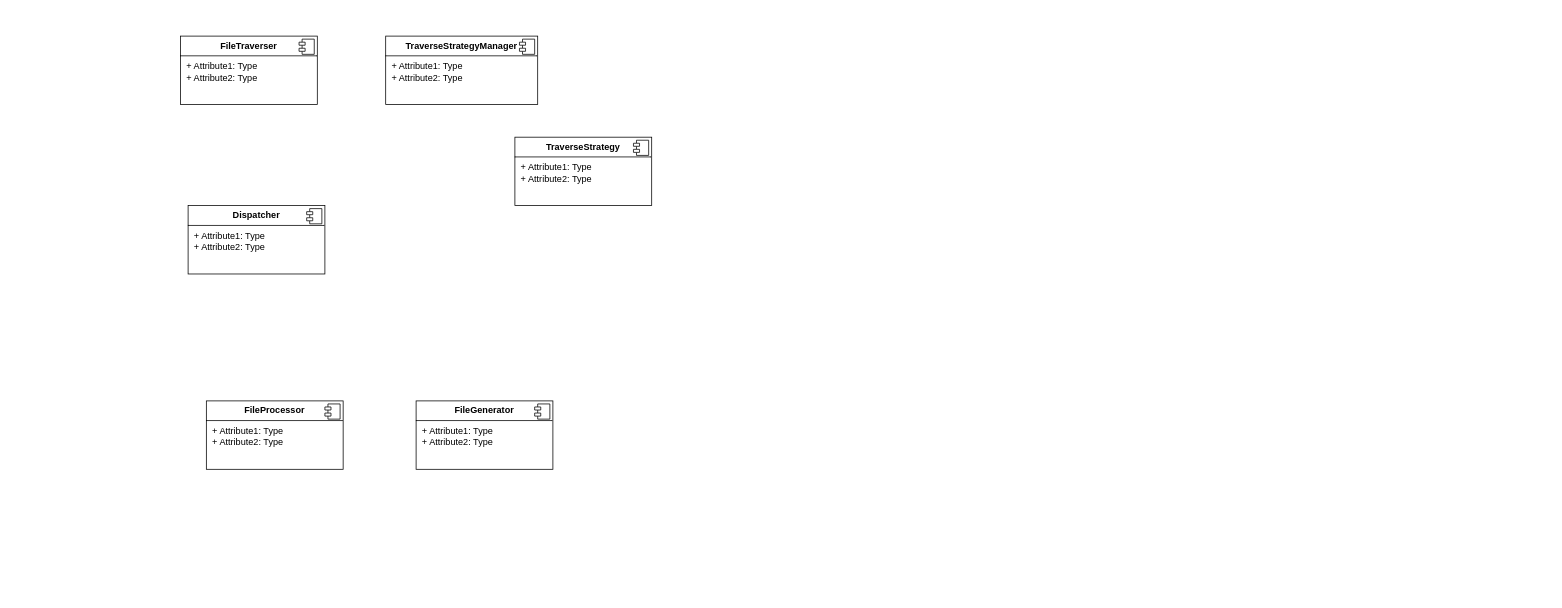
Above: 文件处理器组件架构图.drawio in NatureLeiQ/FileProcessor (draw.io), before the change. Source tidied: cells renumbered, new cells numbered last; positions are measured from the earlier drawing's top-left corner, leaving out a move shared by most shapes. Both pictures are drawn from the tidied source at 76%, with x=0, y=0 at pixel (180, 36).
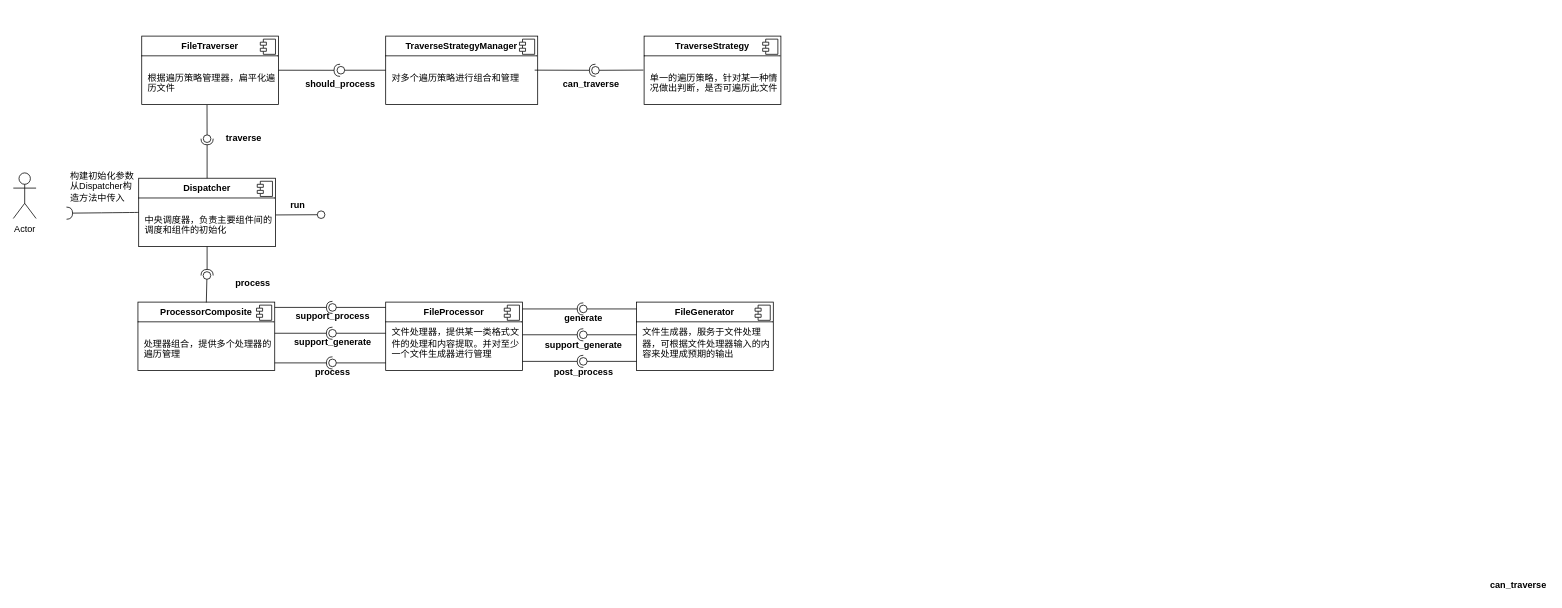
The same diagram, later.

Commit message (it also covers changes not shown here):
更新文件处理器组件架构图.drawio

The edit, as a diff of the source:
```diff
@@
-    <mxCell id="2" value="&lt;p style=&quot;margin:0px;margin-top:6px;text-align:center;&quot;&gt;&lt;b&gt;Dispatcher&lt;/b&gt;&lt;/p&gt;&lt;hr size=&quot;1&quot; style=&quot;border-style:solid;&quot;&gt;&lt;p style=&quot;margin:0px;margin-left:8px;&quot;&gt;+ Attribute1: Type&lt;br&gt;+ Attribute2: Type&lt;/p&gt;" style="align=left;overflow=fill;html=1;whiteSpace=wrap;" parent="1" vertex="1">
-      <mxGeometry x="10" y="223" width="180" height="90" as="geometry" />
+    <mxCell id="2" value="&lt;p style=&quot;margin:0px;margin-top:6px;text-align:center;&quot;&gt;&lt;b&gt;Dispatcher&lt;/b&gt;&lt;/p&gt;&lt;hr size=&quot;1&quot; style=&quot;border-style:solid;&quot;&gt;&lt;p style=&quot;margin:0px;margin-left:8px;&quot;&gt;&lt;br&gt;&lt;/p&gt;&lt;p style=&quot;margin:0px;margin-left:8px;&quot;&gt;中央调度器，负责主要组件间的调度和组件的初始化&lt;/p&gt;" style="align=left;overflow=fill;html=1;whiteSpace=wrap;" parent="1" vertex="1">
+      <mxGeometry x="-55" y="187" width="180" height="90" as="geometry" />
     </mxCell>
@@
-    <mxCell id="4" value="&lt;p style=&quot;margin:0px;margin-top:6px;text-align:center;&quot;&gt;&lt;b&gt;FileTraverser&lt;/b&gt;&lt;/p&gt;&lt;hr size=&quot;1&quot; style=&quot;border-style:solid;&quot;&gt;&lt;p style=&quot;margin:0px;margin-left:8px;&quot;&gt;+ Attribute1: Type&lt;br&gt;+ Attribute2: Type&lt;/p&gt;" style="align=left;overflow=fill;html=1;whiteSpace=wrap;" parent="1" vertex="1">
-      <mxGeometry width="180" height="90" as="geometry" />
+    <mxCell id="4" value="&lt;p style=&quot;margin:0px;margin-top:6px;text-align:center;&quot;&gt;&lt;b&gt;FileTraverser&lt;/b&gt;&lt;/p&gt;&lt;hr size=&quot;1&quot; style=&quot;border-style:solid;&quot;&gt;&lt;p style=&quot;margin: 0px 0px 0px 8px;&quot;&gt;&lt;br&gt;&lt;/p&gt;&lt;p style=&quot;margin: 0px 0px 0px 8px;&quot;&gt;根据遍历策略管理器，扁平化遍历文件&lt;/p&gt;" style="align=left;overflow=fill;html=1;whiteSpace=wrap;" parent="1" vertex="1">
+      <mxGeometry x="-51" width="180" height="90" as="geometry" />
     </mxCell>
@@
-    <mxCell id="6" value="&lt;p style=&quot;margin:0px;margin-top:6px;text-align:center;&quot;&gt;&lt;b&gt;TraverseStrategyManager&lt;/b&gt;&lt;br&gt;&lt;/p&gt;&lt;hr size=&quot;1&quot; style=&quot;border-style:solid;&quot;&gt;&lt;p style=&quot;margin:0px;margin-left:8px;&quot;&gt;+ Attribute1: Type&lt;br&gt;+ Attribute2: Type&lt;/p&gt;" style="align=left;overflow=fill;html=1;whiteSpace=wrap;" parent="1" vertex="1">
+    <mxCell id="6" value="&lt;p style=&quot;margin:0px;margin-top:6px;text-align:center;&quot;&gt;&lt;b&gt;TraverseStrategyManager&lt;/b&gt;&lt;br&gt;&lt;/p&gt;&lt;hr size=&quot;1&quot; style=&quot;border-style:solid;&quot;&gt;&lt;p style=&quot;margin:0px;margin-left:8px;&quot;&gt;&lt;br&gt;&lt;/p&gt;&lt;p style=&quot;margin:0px;margin-left:8px;&quot;&gt;对多个遍历策略进行组合和管理&lt;/p&gt;" style="align=left;overflow=fill;html=1;whiteSpace=wrap;" parent="1" vertex="1">
       <mxGeometry x="270" width="200" height="90" as="geometry" />
     </mxCell>
@@
-    <mxCell id="8" value="&lt;p style=&quot;margin:0px;margin-top:6px;text-align:center;&quot;&gt;&lt;b&gt;TraverseStrategy&lt;/b&gt;&lt;br&gt;&lt;/p&gt;&lt;hr size=&quot;1&quot; style=&quot;border-style:solid;&quot;&gt;&lt;p style=&quot;margin:0px;margin-left:8px;&quot;&gt;+ Attribute1: Type&lt;br&gt;+ Attribute2: Type&lt;/p&gt;" style="align=left;overflow=fill;html=1;whiteSpace=wrap;" parent="1" vertex="1">
-      <mxGeometry x="440" y="133" width="180" height="90" as="geometry" />
+    <mxCell id="8" value="&lt;p style=&quot;margin:0px;margin-top:6px;text-align:center;&quot;&gt;&lt;b&gt;TraverseStrategy&lt;/b&gt;&lt;br&gt;&lt;/p&gt;&lt;hr size=&quot;1&quot; style=&quot;border-style:solid;&quot;&gt;&lt;p style=&quot;margin:0px;margin-left:8px;&quot;&gt;&lt;br&gt;&lt;/p&gt;&lt;p style=&quot;margin:0px;margin-left:8px;&quot;&gt;单一的遍历策略，针对某一种情况做出判断，是否可遍历此文件&lt;/p&gt;" style="align=left;overflow=fill;html=1;whiteSpace=wrap;" parent="1" vertex="1">
+      <mxGeometry x="610" width="180" height="90" as="geometry" />
     </mxCell>
@@
-    <mxCell id="10" value="&lt;p style=&quot;margin:0px;margin-top:6px;text-align:center;&quot;&gt;&lt;b&gt;FileProcessor&lt;/b&gt;&lt;/p&gt;&lt;hr size=&quot;1&quot; style=&quot;border-style:solid;&quot;&gt;&lt;p style=&quot;margin:0px;margin-left:8px;&quot;&gt;+ Attribute1: Type&lt;br&gt;+ Attribute2: Type&lt;/p&gt;" style="align=left;overflow=fill;html=1;whiteSpace=wrap;" parent="1" vertex="1">
-      <mxGeometry x="34" y="480" width="180" height="90" as="geometry" />
+    <mxCell id="10" value="&lt;p style=&quot;margin:0px;margin-top:6px;text-align:center;&quot;&gt;&lt;b&gt;FileProcessor&lt;/b&gt;&lt;/p&gt;&lt;hr size=&quot;1&quot; style=&quot;border-style:solid;&quot;&gt;&lt;p style=&quot;margin:0px;margin-left:8px;&quot;&gt;&lt;span style=&quot;background-color: initial;&quot;&gt;文件处理器，提供某一类格式文件的处理和内容提取。并对至少一个文件生成器进行管理&lt;/span&gt;&lt;br&gt;&lt;/p&gt;" style="align=left;overflow=fill;html=1;whiteSpace=wrap;" parent="1" vertex="1">
+      <mxGeometry x="270" y="350" width="180" height="90" as="geometry" />
     </mxCell>
@@
-    <mxCell id="12" value="&lt;p style=&quot;margin:0px;margin-top:6px;text-align:center;&quot;&gt;&lt;b&gt;FileGenerator&lt;/b&gt;&lt;/p&gt;&lt;hr size=&quot;1&quot; style=&quot;border-style:solid;&quot;&gt;&lt;p style=&quot;margin:0px;margin-left:8px;&quot;&gt;+ Attribute1: Type&lt;br&gt;+ Attribute2: Type&lt;/p&gt;" style="align=left;overflow=fill;html=1;whiteSpace=wrap;" parent="1" vertex="1">
-      <mxGeometry x="310" y="480" width="180" height="90" as="geometry" />
+    <mxCell id="12" value="&lt;p style=&quot;margin:0px;margin-top:6px;text-align:center;&quot;&gt;&lt;b&gt;FileGenerator&lt;/b&gt;&lt;/p&gt;&lt;hr size=&quot;1&quot; style=&quot;border-style:solid;&quot;&gt;&lt;p style=&quot;margin:0px;margin-left:8px;&quot;&gt;文件生成器，服务于文件处理器，可根据文件处理器输入的内容来处理成预期的输出&lt;/p&gt;" style="align=left;overflow=fill;html=1;whiteSpace=wrap;" parent="1" vertex="1">
+      <mxGeometry x="600" y="350" width="180" height="90" as="geometry" />
     </mxCell>
@@
+    <mxCell id="14" style="rounded=0;orthogonalLoop=1;jettySize=auto;html=1;endArrow=halfCircle;endFill=0;endSize=6;strokeWidth=1;sketch=0;" parent="1" edge="1">
+      <mxGeometry relative="1" as="geometry">
+        <mxPoint x="466" y="44.8" as="sourcePoint" />
+        <mxPoint x="546" y="45" as="targetPoint" />
+        <Array as="points">
+          <mxPoint x="466" y="44.8" />
+        </Array>
+      </mxGeometry>
+    </mxCell>
+    <mxCell id="15" style="rounded=0;jettySize=auto;html=1;endArrow=oval;endFill=0;sketch=0;sourcePerimeterSpacing=0;targetPerimeterSpacing=0;endSize=10;exitX=-0.005;exitY=0.497;exitDx=0;exitDy=0;exitPerimeter=0;" parent="1" edge="1" source="8">
+      <mxGeometry relative="1" as="geometry">
+        <mxPoint x="546" y="45" as="targetPoint" />
+      </mxGeometry>
+    </mxCell>
+    <mxCell id="16" style="ellipse;whiteSpace=wrap;html=1;align=center;fillColor=none;strokeColor=none;perimeter=centerPerimeter;" parent="1" vertex="1">
+      <mxGeometry x="625" y="-30" width="10" height="10" as="geometry" />
+    </mxCell>
+    <mxCell id="17" value="can_traverse" style="text;align=center;fontStyle=1;verticalAlign=middle;spacingLeft=3;spacingRight=3;strokeColor=none;html=1;" parent="1" vertex="1">
+      <mxGeometry x="500" y="50" width="80" height="26" as="geometry" />
+    </mxCell>
+    <mxCell id="18" style="rounded=0;orthogonalLoop=1;jettySize=auto;html=1;endArrow=halfCircle;endFill=0;endSize=6;strokeWidth=1;sketch=0;exitX=0;exitY=0.5;exitDx=0;exitDy=0;" parent="1" edge="1">
+      <mxGeometry relative="1" as="geometry">
+        <mxPoint x="129" y="44.9" as="sourcePoint" />
+        <mxPoint x="210" y="45" as="targetPoint" />
+      </mxGeometry>
+    </mxCell>
+    <mxCell id="19" style="rounded=0;orthogonalLoop=1;jettySize=auto;html=1;endArrow=oval;endFill=0;sketch=0;sourcePerimeterSpacing=0;targetPerimeterSpacing=0;endSize=10;" parent="1" edge="1">
+      <mxGeometry relative="1" as="geometry">
+        <mxPoint x="270" y="44.9" as="sourcePoint" />
+        <mxPoint x="211" y="44.9" as="targetPoint" />
+      </mxGeometry>
+    </mxCell>
+    <mxCell id="20" style="ellipse;whiteSpace=wrap;html=1;align=center;fillColor=none;strokeColor=none;perimeter=centerPerimeter;" parent="1" vertex="1">
+      <mxGeometry x="184" y="40" width="10" height="10" as="geometry" />
+    </mxCell>
+    <mxCell id="21" value="can_traverse" style="text;align=center;fontStyle=1;verticalAlign=middle;spacingLeft=3;spacingRight=3;strokeColor=none;html=1;" parent="1" vertex="1">
+      <mxGeometry x="1720" y="710" width="80" height="26" as="geometry" />
+    </mxCell>
+    <mxCell id="22" value="should_process" style="text;align=center;fontStyle=1;verticalAlign=middle;spacingLeft=3;spacingRight=3;strokeColor=none;html=1;" parent="1" vertex="1">
+      <mxGeometry x="170" y="50" width="80" height="26" as="geometry" />
+    </mxCell>
+    <mxCell id="23" style="rounded=0;jettySize=auto;html=1;endArrow=halfCircle;endFill=0;endSize=6;strokeWidth=1;sketch=0;entryX=0.477;entryY=1;entryDx=0;entryDy=0;entryPerimeter=0;exitX=0.5;exitY=0;exitDx=0;exitDy=0;" parent="1" edge="1" source="2" target="25">
+      <mxGeometry relative="1" as="geometry" />
+    </mxCell>
+    <mxCell id="24" style="rounded=0;jettySize=auto;html=1;endArrow=oval;endFill=0;sketch=0;sourcePerimeterSpacing=0;targetPerimeterSpacing=0;endSize=10;exitX=0.477;exitY=1.018;exitDx=0;exitDy=0;exitPerimeter=0;entryX=0.516;entryY=0.806;entryDx=0;entryDy=0;entryPerimeter=0;" parent="1" edge="1" target="25">
+      <mxGeometry relative="1" as="geometry">
+        <mxPoint x="34.9" y="90.6" as="sourcePoint" />
+      </mxGeometry>
+    </mxCell>
+    <mxCell id="25" style="ellipse;whiteSpace=wrap;html=1;align=center;fillColor=none;strokeColor=none;perimeter=centerPerimeter;points=[];outlineConnect=1;" parent="1" vertex="1">
+      <mxGeometry x="30" y="130" width="10" height="10" as="geometry" />
+    </mxCell>
+    <mxCell id="26" value="traverse" style="text;align=center;fontStyle=1;verticalAlign=middle;spacingLeft=3;spacingRight=3;strokeColor=none;html=1;" parent="1" vertex="1">
+      <mxGeometry x="43" y="122" width="80" height="26" as="geometry" />
+    </mxCell>
+    <mxCell id="27" value="&lt;p style=&quot;margin:0px;margin-top:6px;text-align:center;&quot;&gt;&lt;b&gt;ProcessorComposite&lt;/b&gt;&lt;/p&gt;&lt;hr size=&quot;1&quot; style=&quot;border-style:solid;&quot;&gt;&lt;p style=&quot;margin:0px;margin-left:8px;&quot;&gt;&lt;br&gt;&lt;/p&gt;&lt;p style=&quot;margin:0px;margin-left:8px;&quot;&gt;处理器组合，提供多个处理器的遍历管理&lt;/p&gt;" style="align=left;overflow=fill;html=1;whiteSpace=wrap;" parent="1" vertex="1">
+      <mxGeometry x="-56" y="350" width="180" height="90" as="geometry" />
+    </mxCell>
+    <mxCell id="28" style="shape=component;jettyWidth=8;jettyHeight=4;" parent="27" vertex="1">
+      <mxGeometry x="1" width="20" height="20" relative="1" as="geometry">
+        <mxPoint x="-24" y="4" as="offset" />
+      </mxGeometry>
+    </mxCell>
+    <mxCell id="29" style="rounded=0;jettySize=auto;html=1;endArrow=halfCircle;endFill=0;endSize=6;strokeWidth=1;sketch=0;exitX=0.5;exitY=1;exitDx=0;exitDy=0;" parent="1" edge="1" source="2" target="31">
+      <mxGeometry relative="1" as="geometry" />
+    </mxCell>
+    <mxCell id="30" style="rounded=0;orthogonalLoop=1;jettySize=auto;html=1;endArrow=oval;endFill=0;sketch=0;sourcePerimeterSpacing=0;targetPerimeterSpacing=0;endSize=10;exitX=0.51;exitY=0.004;exitDx=0;exitDy=0;exitPerimeter=0;" parent="1" edge="1">
+      <mxGeometry relative="1" as="geometry">
+        <mxPoint x="34" y="350.4" as="sourcePoint" />
+        <mxPoint x="34.8" y="315" as="targetPoint" />
+      </mxGeometry>
+    </mxCell>
+    <mxCell id="31" style="ellipse;whiteSpace=wrap;html=1;align=center;fillColor=none;strokeColor=none;perimeter=centerPerimeter;points=[];outlineConnect=1;" parent="1" vertex="1">
+      <mxGeometry x="30" y="310" width="10" height="10" as="geometry" />
+    </mxCell>
+    <mxCell id="32" value="process" style="text;align=center;fontStyle=1;verticalAlign=middle;spacingLeft=3;spacingRight=3;strokeColor=none;html=1;" parent="1" vertex="1">
+      <mxGeometry x="160" y="429" width="80" height="26" as="geometry" />
+    </mxCell>
+    <mxCell id="33" value="Actor" style="shape=umlActor;verticalLabelPosition=bottom;verticalAlign=top;html=1;" parent="1" vertex="1">
+      <mxGeometry x="-220" y="180" width="30" height="60" as="geometry" />
+    </mxCell>
+    <mxCell id="34" style="rounded=0;orthogonalLoop=1;jettySize=auto;html=1;endArrow=halfCircle;endFill=0;endSize=6;strokeWidth=1;sketch=0;exitX=1;exitY=0.5;exitDx=0;exitDy=0;" parent="1" edge="1">
+      <mxGeometry relative="1" as="geometry">
+        <mxPoint x="450" y="359" as="sourcePoint" />
+        <mxPoint x="530" y="359" as="targetPoint" />
+      </mxGeometry>
+    </mxCell>
+    <mxCell id="35" style="rounded=0;orthogonalLoop=1;jettySize=auto;html=1;endArrow=oval;endFill=0;sketch=0;sourcePerimeterSpacing=0;targetPerimeterSpacing=0;endSize=10;exitX=0;exitY=0.5;exitDx=0;exitDy=0;" parent="1" edge="1">
+      <mxGeometry relative="1" as="geometry">
+        <mxPoint x="600" y="359" as="sourcePoint" />
+        <mxPoint x="530" y="359" as="targetPoint" />
+      </mxGeometry>
+    </mxCell>
+    <mxCell id="36" style="ellipse;whiteSpace=wrap;html=1;align=center;fillColor=none;strokeColor=none;perimeter=centerPerimeter;" parent="1" vertex="1">
+      <mxGeometry x="525" y="390" width="10" height="10" as="geometry" />
+    </mxCell>
+    <mxCell id="37" value="generate" style="text;align=center;fontStyle=1;verticalAlign=middle;spacingLeft=3;spacingRight=3;strokeColor=none;html=1;" parent="1" vertex="1">
+      <mxGeometry x="490" y="359" width="80" height="26" as="geometry" />
+    </mxCell>
+    <mxCell id="38" style="rounded=0;orthogonalLoop=1;jettySize=auto;html=1;endArrow=halfCircle;endFill=0;endSize=6;strokeWidth=1;sketch=0;exitX=1;exitY=0.5;exitDx=0;exitDy=0;" parent="1" edge="1">
+      <mxGeometry relative="1" as="geometry">
+        <mxPoint x="124" y="430" as="sourcePoint" />
+        <mxPoint x="200" y="430" as="targetPoint" />
+      </mxGeometry>
+    </mxCell>
+    <mxCell id="39" style="rounded=0;orthogonalLoop=1;jettySize=auto;html=1;endArrow=oval;endFill=0;sketch=0;sourcePerimeterSpacing=0;targetPerimeterSpacing=0;endSize=10;exitX=0;exitY=0.5;exitDx=0;exitDy=0;" parent="1" edge="1">
+      <mxGeometry relative="1" as="geometry">
+        <mxPoint x="270" y="430" as="sourcePoint" />
+        <mxPoint x="200" y="430" as="targetPoint" />
+      </mxGeometry>
+    </mxCell>
+    <mxCell id="40" value="process" style="text;align=center;fontStyle=1;verticalAlign=middle;spacingLeft=3;spacingRight=3;strokeColor=none;html=1;" parent="1" vertex="1">
+      <mxGeometry x="55" y="312" width="80" height="26" as="geometry" />
+    </mxCell>
+    <mxCell id="41" value="support_process" style="text;align=center;fontStyle=1;verticalAlign=middle;spacingLeft=3;spacingRight=3;strokeColor=none;html=1;" parent="1" vertex="1">
+      <mxGeometry x="160" y="356" width="80" height="26" as="geometry" />
+    </mxCell>
+    <mxCell id="42" style="rounded=0;orthogonalLoop=1;jettySize=auto;html=1;endArrow=halfCircle;endFill=0;endSize=6;strokeWidth=1;sketch=0;exitX=1;exitY=0.5;exitDx=0;exitDy=0;" parent="1" edge="1">
+      <mxGeometry relative="1" as="geometry">
+        <mxPoint x="124" y="357" as="sourcePoint" />
+        <mxPoint x="200" y="357" as="targetPoint" />
+      </mxGeometry>
+    </mxCell>
+    <mxCell id="43" style="rounded=0;orthogonalLoop=1;jettySize=auto;html=1;endArrow=oval;endFill=0;sketch=0;sourcePerimeterSpacing=0;targetPerimeterSpacing=0;endSize=10;exitX=0;exitY=0.5;exitDx=0;exitDy=0;" parent="1" edge="1">
+      <mxGeometry relative="1" as="geometry">
+        <mxPoint x="270" y="357" as="sourcePoint" />
+        <mxPoint x="200" y="357" as="targetPoint" />
+      </mxGeometry>
+    </mxCell>
+    <mxCell id="44" value="support_generate" style="text;align=center;fontStyle=1;verticalAlign=middle;spacingLeft=3;spacingRight=3;strokeColor=none;html=1;" parent="1" vertex="1">
+      <mxGeometry x="160" y="390" width="80" height="26" as="geometry" />
+    </mxCell>
+    <mxCell id="45" style="rounded=0;orthogonalLoop=1;jettySize=auto;html=1;endArrow=halfCircle;endFill=0;endSize=6;strokeWidth=1;sketch=0;exitX=1;exitY=0.5;exitDx=0;exitDy=0;" parent="1" edge="1">
+      <mxGeometry relative="1" as="geometry">
+        <mxPoint x="124" y="391" as="sourcePoint" />
+        <mxPoint x="200" y="391" as="targetPoint" />
+      </mxGeometry>
+    </mxCell>
+    <mxCell id="46" style="rounded=0;orthogonalLoop=1;jettySize=auto;html=1;endArrow=oval;endFill=0;sketch=0;sourcePerimeterSpacing=0;targetPerimeterSpacing=0;endSize=10;exitX=0;exitY=0.5;exitDx=0;exitDy=0;" parent="1" edge="1">
+      <mxGeometry relative="1" as="geometry">
+        <mxPoint x="270" y="391" as="sourcePoint" />
+        <mxPoint x="200" y="391" as="targetPoint" />
+      </mxGeometry>
+    </mxCell>
+    <mxCell id="47" style="rounded=0;orthogonalLoop=1;jettySize=auto;html=1;endArrow=halfCircle;endFill=0;endSize=6;strokeWidth=1;sketch=0;exitX=1;exitY=0.5;exitDx=0;exitDy=0;" parent="1" edge="1">
+      <mxGeometry relative="1" as="geometry">
+        <mxPoint x="450" y="393" as="sourcePoint" />
+        <mxPoint x="530" y="393" as="targetPoint" />
+      </mxGeometry>
+    </mxCell>
+    <mxCell id="48" style="rounded=0;orthogonalLoop=1;jettySize=auto;html=1;endArrow=oval;endFill=0;sketch=0;sourcePerimeterSpacing=0;targetPerimeterSpacing=0;endSize=10;exitX=0;exitY=0.5;exitDx=0;exitDy=0;" parent="1" edge="1">
+      <mxGeometry relative="1" as="geometry">
+        <mxPoint x="600" y="393" as="sourcePoint" />
+        <mxPoint x="530" y="393" as="targetPoint" />
+      </mxGeometry>
+    </mxCell>
+    <mxCell id="49" value="support_generate" style="text;align=center;fontStyle=1;verticalAlign=middle;spacingLeft=3;spacingRight=3;strokeColor=none;html=1;" parent="1" vertex="1">
+      <mxGeometry x="490" y="394" width="80" height="26" as="geometry" />
+    </mxCell>
+    <mxCell id="50" style="rounded=0;orthogonalLoop=1;jettySize=auto;html=1;endArrow=halfCircle;endFill=0;endSize=6;strokeWidth=1;sketch=0;exitX=1;exitY=0.5;exitDx=0;exitDy=0;" parent="1" edge="1">
+      <mxGeometry relative="1" as="geometry">
+        <mxPoint x="450" y="428" as="sourcePoint" />
+        <mxPoint x="530" y="428" as="targetPoint" />
+      </mxGeometry>
+    </mxCell>
+    <mxCell id="51" style="rounded=0;orthogonalLoop=1;jettySize=auto;html=1;endArrow=oval;endFill=0;sketch=0;sourcePerimeterSpacing=0;targetPerimeterSpacing=0;endSize=10;exitX=0;exitY=0.5;exitDx=0;exitDy=0;" parent="1" edge="1">
+      <mxGeometry relative="1" as="geometry">
+        <mxPoint x="600" y="428" as="sourcePoint" />
+        <mxPoint x="530" y="428" as="targetPoint" />
+      </mxGeometry>
+    </mxCell>
+    <mxCell id="52" value="post_process" style="text;align=center;fontStyle=1;verticalAlign=middle;spacingLeft=3;spacingRight=3;strokeColor=none;html=1;" parent="1" vertex="1">
+      <mxGeometry x="490" y="429" width="80" height="26" as="geometry" />
+    </mxCell>
+    <mxCell id="53" value="构建初始化参数从Dispatcher构造方法中传入" style="text;strokeColor=none;fillColor=none;align=left;verticalAlign=top;spacingLeft=4;spacingRight=4;overflow=hidden;whiteSpace=wrap;html=1;" parent="1" vertex="1">
+      <mxGeometry x="-151" y="170" width="100" height="53" as="geometry" />
+    </mxCell>
+    <mxCell id="54" style="rounded=0;jettySize=auto;html=1;endArrow=oval;endFill=0;sketch=0;sourcePerimeterSpacing=0;targetPerimeterSpacing=0;endSize=10;exitX=1.002;exitY=0.537;exitDx=0;exitDy=0;exitPerimeter=0;" parent="1" edge="1" source="2" target="55">
+      <mxGeometry relative="1" as="geometry" />
+    </mxCell>
+    <mxCell id="55" style="ellipse;whiteSpace=wrap;html=1;align=center;fillColor=none;strokeColor=none;perimeter=centerPerimeter;points=[];outlineConnect=1;" parent="1" vertex="1">
+      <mxGeometry x="180" y="230" width="10" height="10" as="geometry" />
+    </mxCell>
+    <mxCell id="56" value="run" style="text;align=center;fontStyle=1;verticalAlign=middle;spacingLeft=3;spacingRight=3;strokeColor=none;html=1;" parent="1" vertex="1">
+      <mxGeometry x="114" y="210" width="80" height="26" as="geometry" />
+    </mxCell>
+    <mxCell id="57" style="rounded=0;jettySize=auto;html=1;endArrow=halfCircle;endFill=0;endSize=6;strokeWidth=1;sketch=0;fontSize=12;curved=1;exitX=0;exitY=0.5;exitDx=0;exitDy=0;" parent="1" edge="1" source="2">
+      <mxGeometry relative="1" as="geometry">
+        <mxPoint x="-150" y="233" as="targetPoint" />
+      </mxGeometry>
+    </mxCell>
+    <mxCell id="58" style="ellipse;whiteSpace=wrap;html=1;align=center;fillColor=none;strokeColor=none;perimeter=centerPerimeter;" parent="1" vertex="1">
+      <mxGeometry x="-80" y="233" width="10" height="10" as="geometry" />
+    </mxCell>
```
